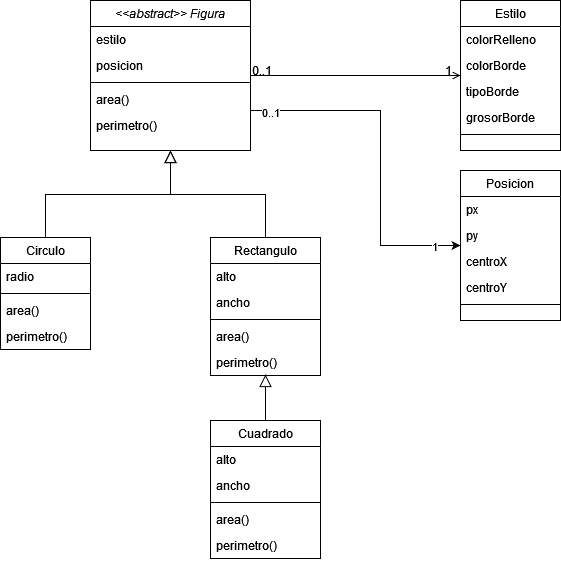
Above: Figuras_ClassDiagram.drawio.png in xabigarde/figuras (draw.io), before the change. Source tidied: cells renumbered, new cells last; positions are measured from the earlier drawing's top-left corner, leaving out a move shared by most shapes.
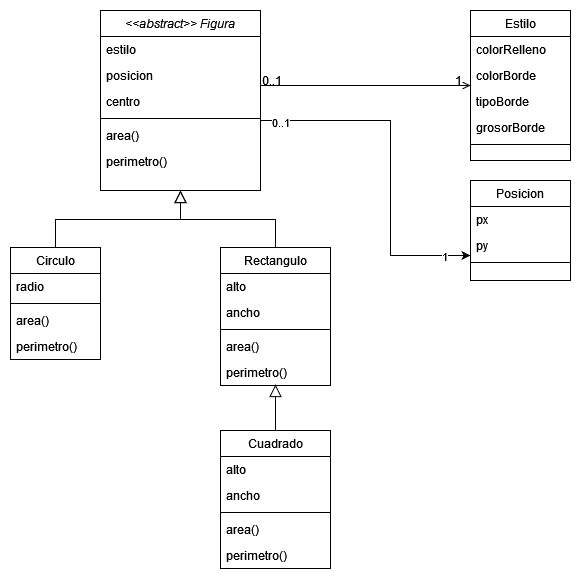
After the commit.

Commit message:
Actualizado diagrama de clases

Change to the diagram source:
```diff
@@ -17,7 +17,7 @@
       <mxGeometry x="0.84" relative="1" as="geometry" />
     </mxCell>
     <mxCell id="5" value="&lt;&lt;abstract&gt;&gt; Figura" style="swimlane;fontStyle=2;align=center;verticalAlign=top;horizontal=1;startSize=26;rounded=0;shadow=0;strokeWidth=1;" parent="1" vertex="1">
-      <mxGeometry x="90" width="160" height="150" as="geometry" />
+      <mxGeometry x="90" width="160" height="180" as="geometry" />
     </mxCell>
     <mxCell id="6" value="estilo" style="text;align=left;verticalAlign=top;spacingLeft=4;spacingRight=4;overflow=hidden;" parent="5" vertex="1">
       <mxGeometry y="26" width="160" height="26" as="geometry" />
@@ -25,14 +25,17 @@
     <mxCell id="7" value="posicion" style="text;align=left;verticalAlign=top;spacingLeft=4;spacingRight=4;overflow=hidden;rounded=0;shadow=0;html=0;" parent="5" vertex="1">
       <mxGeometry y="52" width="160" height="26" as="geometry" />
     </mxCell>
+    <mxCell id="46" value="centro" style="text;align=left;verticalAlign=top;spacingLeft=4;spacingRight=4;overflow=hidden;rounded=0;shadow=0;html=0;" parent="5" vertex="1">
+      <mxGeometry y="78" width="160" height="26" as="geometry" />
+    </mxCell>
     <mxCell id="8" style="line;html=1;strokeWidth=1;align=left;verticalAlign=middle;spacingTop=-1;spacingLeft=3;spacingRight=3;labelPosition=right;" parent="5" vertex="1">
-      <mxGeometry y="78" width="160" height="8" as="geometry" />
+      <mxGeometry y="104" width="160" height="8" as="geometry" />
     </mxCell>
     <mxCell id="9" value="area()" style="text;align=left;verticalAlign=top;spacingLeft=4;spacingRight=4;overflow=hidden;" parent="5" vertex="1">
-      <mxGeometry y="86" width="160" height="26" as="geometry" />
+      <mxGeometry y="112" width="160" height="26" as="geometry" />
     </mxCell>
     <mxCell id="10" value="perimetro()" style="text;align=left;verticalAlign=top;spacingLeft=4;spacingRight=4;overflow=hidden;rounded=0;shadow=0;html=0;" parent="5" vertex="1">
-      <mxGeometry y="112" width="160" height="26" as="geometry" />
+      <mxGeometry y="138" width="160" height="26" as="geometry" />
     </mxCell>
     <mxCell id="11" value="Circulo" style="swimlane;fontStyle=0;align=center;verticalAlign=top;horizontal=1;startSize=26;rounded=0;shadow=0;strokeWidth=1;" parent="1" vertex="1">
       <mxGeometry y="237" width="90" height="112" as="geometry" />
@@ -107,7 +110,7 @@
       </mxGeometry>
     </mxCell>
     <mxCell id="33" value="Posicion" style="swimlane;fontStyle=0;align=center;verticalAlign=top;horizontal=1;startSize=26;rounded=0;shadow=0;strokeWidth=1;" parent="1" vertex="1">
-      <mxGeometry x="460" y="170" width="100" height="150" as="geometry" />
+      <mxGeometry x="460" y="170" width="100" height="100" as="geometry" />
     </mxCell>
     <mxCell id="34" value="px" style="text;align=left;verticalAlign=top;spacingLeft=4;spacingRight=4;overflow=hidden;" parent="33" vertex="1">
       <mxGeometry y="26" width="100" height="26" as="geometry" />
@@ -115,14 +118,8 @@
     <mxCell id="35" value="py" style="text;align=left;verticalAlign=top;spacingLeft=4;spacingRight=4;overflow=hidden;rounded=0;shadow=0;html=0;" parent="33" vertex="1">
       <mxGeometry y="52" width="100" height="26" as="geometry" />
     </mxCell>
-    <mxCell id="36" value="centroX" style="text;align=left;verticalAlign=top;spacingLeft=4;spacingRight=4;overflow=hidden;rounded=0;shadow=0;html=0;" parent="33" vertex="1">
-      <mxGeometry y="78" width="100" height="26" as="geometry" />
-    </mxCell>
-    <mxCell id="37" value="centroY" style="text;align=left;verticalAlign=top;spacingLeft=4;spacingRight=4;overflow=hidden;rounded=0;shadow=0;html=0;" parent="33" vertex="1">
-      <mxGeometry y="104" width="100" height="26" as="geometry" />
-    </mxCell>
     <mxCell id="38" style="line;html=1;strokeWidth=1;align=left;verticalAlign=middle;spacingTop=-1;spacingLeft=3;spacingRight=3;labelPosition=right;" parent="33" vertex="1">
-      <mxGeometry y="130" width="100" height="8" as="geometry" />
+      <mxGeometry y="78" width="100" height="8" as="geometry" />
     </mxCell>
     <mxCell id="39" style="edgeStyle=orthogonalEdgeStyle;rounded=0;jettySize=auto;html=1;entryX=0.5;entryY=0.962;entryDx=0;entryDy=0;entryPerimeter=0;endArrow=block;endFill=0;endSize=10;" parent="1" edge="1" source="40" target="22">
       <mxGeometry relative="1" as="geometry" />
```
